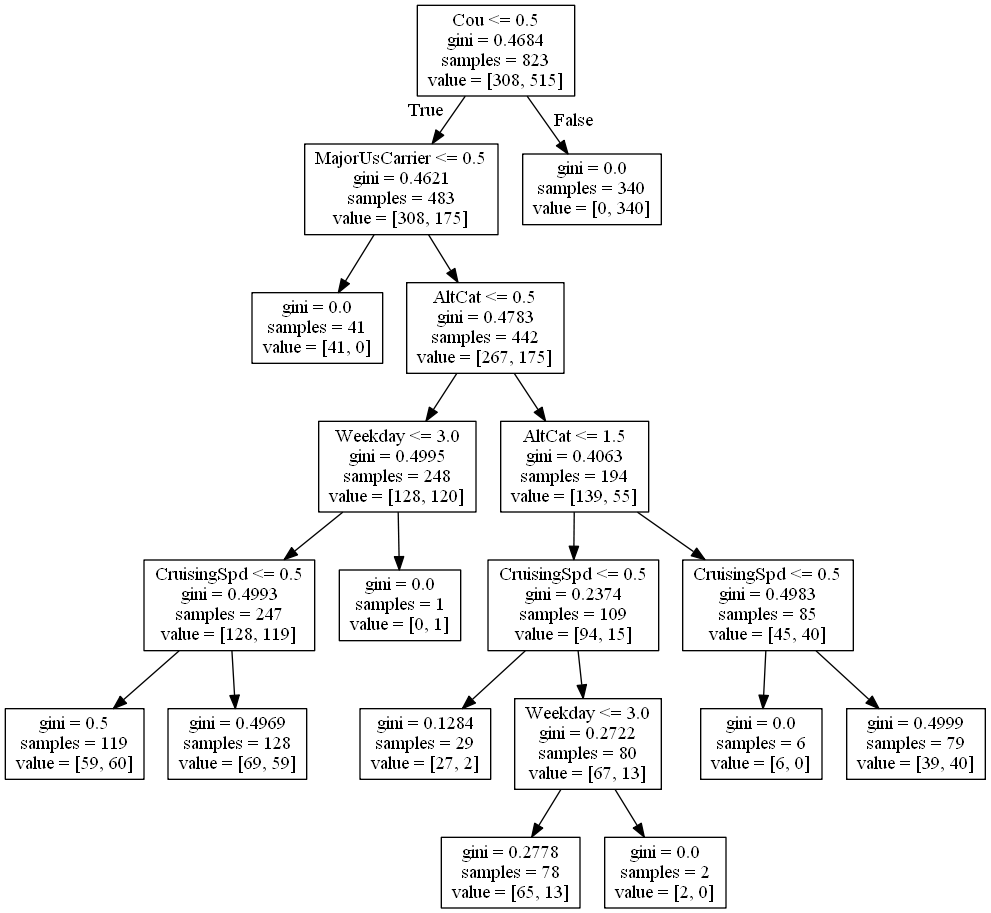
This is Dots/gini_model_5.png from RobLFord/FlightClassification, a Graphviz export, as it was before one commit. Its source is kept beside it as Dots/gini_model_5.dot. Source of this version:
```dot
digraph Tree {
node [shape=box] ;
0 [label="Cou <= 0.5\ngini = 0.4684\nsamples = 823\nvalue = [308, 515]"] ;
1 [label="MajorUsCarrier <= 0.5\ngini = 0.4621\nsamples = 483\nvalue = [308, 175]"] ;
0 -> 1 [labeldistance=2.5, labelangle=45, headlabel="True"] ;
2 [label="gini = 0.0\nsamples = 41\nvalue = [41, 0]"] ;
1 -> 2 ;
3 [label="AltCat <= 0.5\ngini = 0.4783\nsamples = 442\nvalue = [267, 175]"] ;
1 -> 3 ;
4 [label="Weekday <= 3.0\ngini = 0.4995\nsamples = 248\nvalue = [128, 120]"] ;
3 -> 4 ;
5 [label="CruisingSpd <= 0.5\ngini = 0.4993\nsamples = 247\nvalue = [128, 119]"] ;
4 -> 5 ;
6 [label="gini = 0.5\nsamples = 119\nvalue = [59, 60]"] ;
5 -> 6 ;
7 [label="gini = 0.4969\nsamples = 128\nvalue = [69, 59]"] ;
5 -> 7 ;
8 [label="gini = 0.0\nsamples = 1\nvalue = [0, 1]"] ;
4 -> 8 ;
9 [label="AltCat <= 1.5\ngini = 0.4063\nsamples = 194\nvalue = [139, 55]"] ;
3 -> 9 ;
10 [label="CruisingSpd <= 0.5\ngini = 0.2374\nsamples = 109\nvalue = [94, 15]"] ;
9 -> 10 ;
11 [label="gini = 0.1284\nsamples = 29\nvalue = [27, 2]"] ;
10 -> 11 ;
12 [label="Weekday <= 3.0\ngini = 0.2722\nsamples = 80\nvalue = [67, 13]"] ;
10 -> 12 ;
13 [label="gini = 0.2778\nsamples = 78\nvalue = [65, 13]"] ;
12 -> 13 ;
14 [label="gini = 0.0\nsamples = 2\nvalue = [2, 0]"] ;
12 -> 14 ;
15 [label="CruisingSpd <= 0.5\ngini = 0.4983\nsamples = 85\nvalue = [45, 40]"] ;
9 -> 15 ;
16 [label="gini = 0.0\nsamples = 6\nvalue = [6, 0]"] ;
15 -> 16 ;
17 [label="gini = 0.4999\nsamples = 79\nvalue = [39, 40]"] ;
15 -> 17 ;
18 [label="gini = 0.0\nsamples = 340\nvalue = [0, 340]"] ;
0 -> 18 [labeldistance=2.5, labelangle=-45, headlabel="False"] ;
}
```
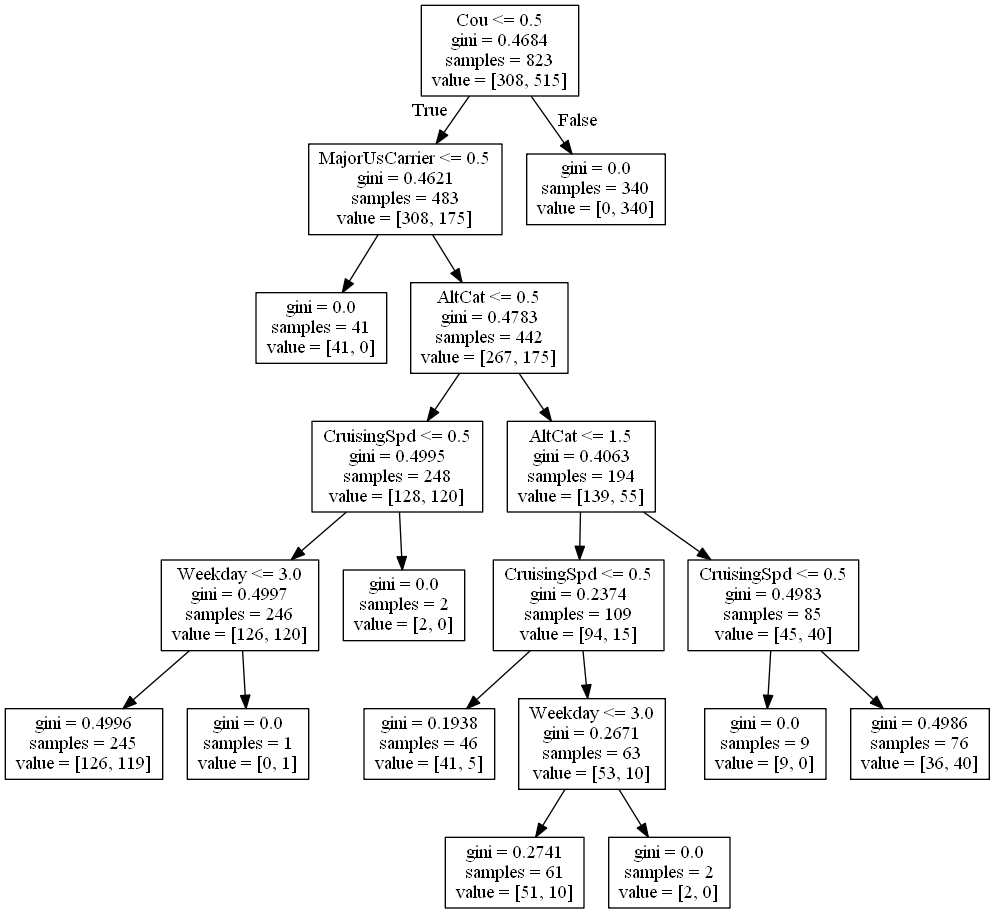
The same file after the commit.

Change to the diagram source:
```diff
@@ -7,33 +7,33 @@
 1 -> 2 ;
 3 [label="AltCat <= 0.5\ngini = 0.4783\nsamples = 442\nvalue = [267, 175]"] ;
 1 -> 3 ;
-4 [label="Weekday <= 3.0\ngini = 0.4995\nsamples = 248\nvalue = [128, 120]"] ;
+4 [label="CruisingSpd <= 0.5\ngini = 0.4995\nsamples = 248\nvalue = [128, 120]"] ;
 3 -> 4 ;
-5 [label="CruisingSpd <= 0.5\ngini = 0.4993\nsamples = 247\nvalue = [128, 119]"] ;
+5 [label="Weekday <= 3.0\ngini = 0.4997\nsamples = 246\nvalue = [126, 120]"] ;
 4 -> 5 ;
-6 [label="gini = 0.5\nsamples = 119\nvalue = [59, 60]"] ;
+6 [label="gini = 0.4996\nsamples = 245\nvalue = [126, 119]"] ;
 5 -> 6 ;
-7 [label="gini = 0.4969\nsamples = 128\nvalue = [69, 59]"] ;
+7 [label="gini = 0.0\nsamples = 1\nvalue = [0, 1]"] ;
 5 -> 7 ;
-8 [label="gini = 0.0\nsamples = 1\nvalue = [0, 1]"] ;
+8 [label="gini = 0.0\nsamples = 2\nvalue = [2, 0]"] ;
 4 -> 8 ;
 9 [label="AltCat <= 1.5\ngini = 0.4063\nsamples = 194\nvalue = [139, 55]"] ;
 3 -> 9 ;
 10 [label="CruisingSpd <= 0.5\ngini = 0.2374\nsamples = 109\nvalue = [94, 15]"] ;
 9 -> 10 ;
-11 [label="gini = 0.1284\nsamples = 29\nvalue = [27, 2]"] ;
+11 [label="gini = 0.1938\nsamples = 46\nvalue = [41, 5]"] ;
 10 -> 11 ;
-12 [label="Weekday <= 3.0\ngini = 0.2722\nsamples = 80\nvalue = [67, 13]"] ;
+12 [label="Weekday <= 3.0\ngini = 0.2671\nsamples = 63\nvalue = [53, 10]"] ;
 10 -> 12 ;
-13 [label="gini = 0.2778\nsamples = 78\nvalue = [65, 13]"] ;
+13 [label="gini = 0.2741\nsamples = 61\nvalue = [51, 10]"] ;
 12 -> 13 ;
 14 [label="gini = 0.0\nsamples = 2\nvalue = [2, 0]"] ;
 12 -> 14 ;
 15 [label="CruisingSpd <= 0.5\ngini = 0.4983\nsamples = 85\nvalue = [45, 40]"] ;
 9 -> 15 ;
-16 [label="gini = 0.0\nsamples = 6\nvalue = [6, 0]"] ;
+16 [label="gini = 0.0\nsamples = 9\nvalue = [9, 0]"] ;
 15 -> 16 ;
-17 [label="gini = 0.4999\nsamples = 79\nvalue = [39, 40]"] ;
+17 [label="gini = 0.4986\nsamples = 76\nvalue = [36, 40]"] ;
 15 -> 17 ;
 18 [label="gini = 0.0\nsamples = 340\nvalue = [0, 340]"] ;
 0 -> 18 [labeldistance=2.5, labelangle=-45, headlabel="False"] ;
```
